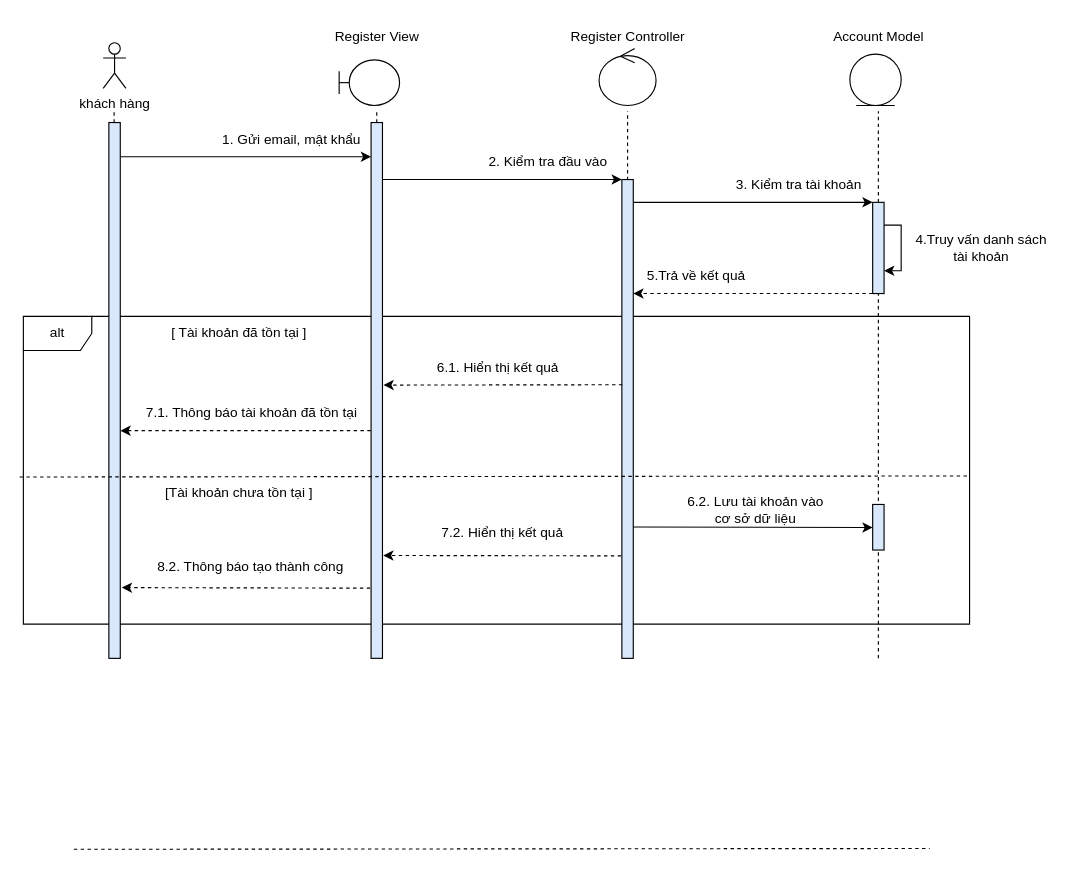
EdgarIgnite16/SGU-Course keeps this draw.io diagram as Nam3_HK1/CNPM_SoftTech/Sequence Diagrams/Quân Huỳnh/SD_ĐăngKý.drawio. Above is the earlier version. Source tidied: cells renumbered, new cells numbered last; positions are measured from the earlier drawing's top-left corner, leaving out a move shared by most shapes. Both pictures are drawn from the tidied source at 114%, with x=0, y=0 at pixel (23, 19).
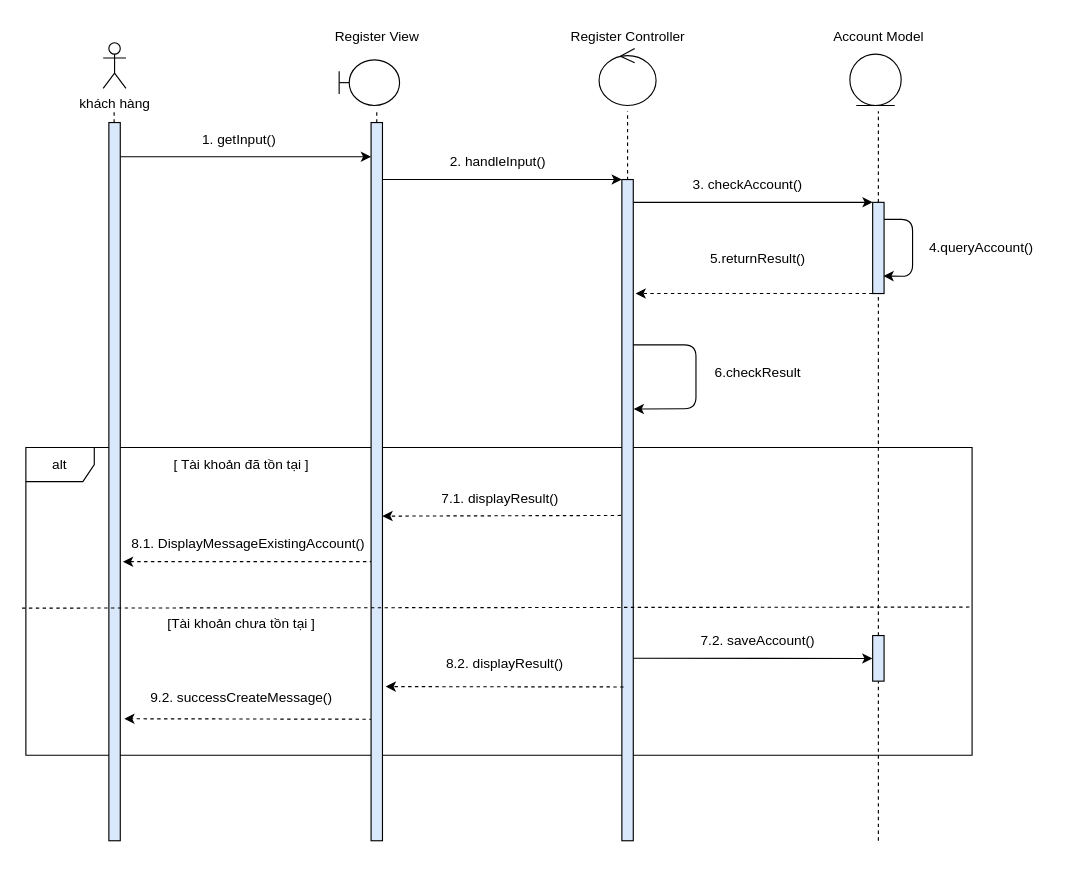
After the change.

The change refers to these unchanged cells:
```xml
<mxCell id="14" style="rounded=0;whiteSpace=wrap;html=1;fillColor=#DAE8FC;" parent="1" vertex="1">
  <mxGeometry x="745" y="160" width="10" height="80" as="geometry" />
</mxCell>
```

What changed in the source:
```diff
@@
     <mxCell id="2" value="alt" style="shape=umlFrame;whiteSpace=wrap;html=1;" parent="1" vertex="1">
-      <mxGeometry y="260" width="830" height="270" as="geometry" />
+      <mxGeometry x="2.2" y="375" width="830" height="270" as="geometry" />
     </mxCell>
@@
-    <mxCell id="9" value="1. Gửi email, mật khẩu" style="text;html=1;align=center;verticalAlign=middle;strokeColor=none;fillColor=none;" parent="1" vertex="1">
-      <mxGeometry x="165" y="90" width="140" height="30" as="geometry" />
+    <mxCell id="9" value="1. getInput()" style="text;html=1;align=center;verticalAlign=middle;strokeColor=none;fillColor=none;" parent="1" vertex="1">
+      <mxGeometry x="149" y="95" width="80" height="20" as="geometry" />
     </mxCell>
@@
     <mxCell id="11" style="rounded=0;whiteSpace=wrap;html=1;fillColor=#DAE8FC;" parent="1" vertex="1">
-      <mxGeometry x="525" y="140" width="10" height="420" as="geometry" />
+      <mxGeometry x="525" y="140" width="10" height="580" as="geometry" />
     </mxCell>
-    <mxCell id="12" value="2. Kiểm tra đầu vào" style="text;html=1;align=center;verticalAlign=middle;strokeColor=none;fillColor=none;" parent="1" vertex="1">
-      <mxGeometry x="395" y="110" width="130" height="30" as="geometry" />
+    <mxCell id="12" value="2. handleInput()" style="text;html=1;align=center;verticalAlign=middle;strokeColor=none;fillColor=none;" parent="1" vertex="1">
+      <mxGeometry x="365.5" y="115" width="100" height="20" as="geometry" />
     </mxCell>
-    <mxCell id="13" style="edgeStyle=orthogonalEdgeStyle;rounded=0;jettySize=auto;html=1;dashed=1;" parent="1" edge="1" source="14" target="11">
+    <mxCell id="13" style="edgeStyle=orthogonalEdgeStyle;rounded=0;jettySize=auto;html=1;dashed=1;exitX=0;exitY=1;exitDx=0;exitDy=0;" parent="1" edge="1" source="14">
       <mxGeometry relative="1" as="geometry">
+        <mxPoint x="537" y="240" as="targetPoint" />
         <Array as="points">
-          <mxPoint x="690" y="240" />
-          <mxPoint x="690" y="240" />
+          <mxPoint x="537" y="240" />
         </Array>
       </mxGeometry>
     </mxCell>
@@
-    <mxCell id="15" style="endArrow=none;dashed=1;html=1;rounded=0;startArrow=none;" parent="1" edge="1" target="14">
-      <mxGeometry relative="1" as="geometry">
-        <mxPoint x="750" y="560" as="sourcePoint" />
-      </mxGeometry>
+    <mxCell id="15" style="endArrow=none;dashed=1;html=1;rounded=0;startArrow=none;entryX=0.5;entryY=1;entryDx=0;entryDy=0;" parent="1" edge="1" source="40" target="14">
+      <mxGeometry relative="1" as="geometry" />
     </mxCell>
-    <mxCell id="16" value="3. Kiểm tra tài khoản" style="text;html=1;align=center;verticalAlign=middle;strokeColor=none;fillColor=none;" parent="1" vertex="1">
-      <mxGeometry x="615" y="130" width="130" height="30" as="geometry" />
+    <mxCell id="16" value="3. checkAccount()" style="text;html=1;align=center;verticalAlign=middle;strokeColor=none;fillColor=none;" parent="1" vertex="1">
+      <mxGeometry x="580" y="135" width="110" height="20" as="geometry" />
     </mxCell>
@@
-    <mxCell id="23" value="5.Trả về kết quả" style="text;html=1;align=center;verticalAlign=middle;strokeColor=none;fillColor=none;" parent="1" vertex="1">
-      <mxGeometry x="535" y="210" width="110" height="30" as="geometry" />
+    <mxCell id="23" value="5.returnResult()" style="text;html=1;align=center;verticalAlign=middle;strokeColor=none;fillColor=none;" parent="1" vertex="1">
+      <mxGeometry x="594.2" y="200" width="100" height="20" as="geometry" />
     </mxCell>
-    <mxCell id="24" value="4.Truy vấn danh sách&lt;br&gt;tài khoản" style="text;html=1;align=center;verticalAlign=middle;strokeColor=none;fillColor=none;" parent="1" vertex="1">
-      <mxGeometry x="770" y="180" width="140" height="40" as="geometry" />
+    <mxCell id="24" value="4.queryAccount()" style="text;html=1;align=center;verticalAlign=middle;strokeColor=none;fillColor=none;" parent="1" vertex="1">
+      <mxGeometry x="785" y="190" width="110" height="20" as="geometry" />
     </mxCell>
-    <mxCell id="25" style="endArrow=classic;html=1;rounded=0;dashed=1;exitX=-0.033;exitY=0.575;exitDx=0;exitDy=0;entryX=1.014;entryY=0.575;entryDx=0;entryDy=0;entryPerimeter=0;exitPerimeter=0;" parent="1" edge="1" source="30" target="32">
-      <mxGeometry relative="1" as="geometry" />
+    <mxCell id="25" style="endArrow=classic;html=1;rounded=0;dashed=1;exitX=-0.033;exitY=0.575;exitDx=0;exitDy=0;entryX=1.014;entryY=0.575;entryDx=0;entryDy=0;entryPerimeter=0;exitPerimeter=0;" parent="1" edge="1">
+      <mxGeometry relative="1" as="geometry">
+        <mxPoint x="306.9" y="475.2" as="sourcePoint" />
+        <mxPoint x="87.3" y="475.2" as="targetPoint" />
+      </mxGeometry>
     </mxCell>
-    <mxCell id="26" style="endArrow=none;dashed=1;html=1;rounded=0;exitX=-0.001;exitY=0.448;exitDx=0;exitDy=0;exitPerimeter=0;entryX=1;entryY=0.445;entryDx=0;entryDy=0;entryPerimeter=0;" parent="1" edge="1">
-      <mxGeometry relative="1" as="geometry">
-        <mxPoint x="44.3" y="727.5" as="sourcePoint" />
-        <mxPoint x="795" y="726.8" as="targetPoint" />
-      </mxGeometry>
-    </mxCell>
-    <mxCell id="27" style="endArrow=classic;html=1;rounded=0;exitX=-0.068;exitY=0.786;exitDx=0;exitDy=0;entryX=1.064;entryY=0.808;entryDx=0;entryDy=0;dashed=1;exitPerimeter=0;entryPerimeter=0;" parent="1" edge="1" source="11" target="30">
-      <mxGeometry relative="1" as="geometry" />
+    <mxCell id="27" style="endArrow=classic;html=1;rounded=0;exitX=-0.068;exitY=0.786;exitDx=0;exitDy=0;entryX=1.064;entryY=0.808;entryDx=0;entryDy=0;dashed=1;exitPerimeter=0;entryPerimeter=0;" parent="1" edge="1">
+      <mxGeometry relative="1" as="geometry">
+        <mxPoint x="526.5" y="585.1" as="sourcePoint" />
+        <mxPoint x="317.8" y="584.8" as="targetPoint" />
+      </mxGeometry>
     </mxCell>
-    <mxCell id="28" style="endArrow=classic;html=1;rounded=0;dashed=1;entryX=1.133;entryY=0.868;entryDx=0;entryDy=0;entryPerimeter=0;exitX=-0.08;exitY=0.869;exitDx=0;exitDy=0;exitPerimeter=0;" parent="1" edge="1" source="30" target="32">
-      <mxGeometry relative="1" as="geometry" />
+    <mxCell id="28" style="endArrow=classic;html=1;rounded=0;dashed=1;entryX=1.133;entryY=0.868;entryDx=0;entryDy=0;entryPerimeter=0;exitX=-0.08;exitY=0.869;exitDx=0;exitDy=0;exitPerimeter=0;" parent="1" edge="1">
+      <mxGeometry relative="1" as="geometry">
+        <mxPoint x="306.4" y="613.4" as="sourcePoint" />
+        <mxPoint x="88.5" y="613" as="targetPoint" />
+      </mxGeometry>
     </mxCell>
@@
     <mxCell id="30" style="rounded=0;whiteSpace=wrap;html=1;fillColor=#DAE8FC;" parent="1" vertex="1">
-      <mxGeometry x="305" y="90" width="10" height="470" as="geometry" />
+      <mxGeometry x="305" y="90" width="10" height="630" as="geometry" />
     </mxCell>
@@
     <mxCell id="32" style="rounded=0;whiteSpace=wrap;html=1;fillColor=#DAE8FC;" parent="1" vertex="1">
-      <mxGeometry x="75" y="90" width="10" height="470" as="geometry" />
+      <mxGeometry x="75" y="90" width="10" height="630" as="geometry" />
     </mxCell>
-    <mxCell id="33" style="endArrow=classic;html=1;rounded=0;exitX=0.043;exitY=0.374;exitDx=0;exitDy=0;dashed=1;exitPerimeter=0;entryX=1.087;entryY=0.49;entryDx=0;entryDy=0;entryPerimeter=0;" parent="1" edge="1" target="30">
-      <mxGeometry relative="1" as="geometry">
-        <mxPoint x="525.4" y="320" as="sourcePoint" />
-      </mxGeometry>
+    <mxCell id="33" style="endArrow=classic;html=1;rounded=0;dashed=1;exitX=-0.081;exitY=0.508;exitDx=0;exitDy=0;exitPerimeter=0;entryX=0.993;entryY=0.548;entryDx=0;entryDy=0;entryPerimeter=0;" parent="1" edge="1" source="11" target="30">
+      <mxGeometry relative="1" as="geometry" />
     </mxCell>
-    <mxCell id="34" style="edgeStyle=orthogonalEdgeStyle;rounded=0;orthogonalLoop=1;jettySize=auto;html=1;" parent="1" edge="1" source="14" target="14">
-      <mxGeometry relative="1" as="geometry">
-        <Array as="points">
-          <mxPoint x="770" y="180" />
-        </Array>
-      </mxGeometry>
-    </mxCell>
     <mxCell id="35" value="[ Tài khoản đã tồn tại ]" style="text;html=1;align=center;verticalAlign=middle;strokeColor=none;fillColor=none;" parent="1" vertex="1">
-      <mxGeometry x="119" y="260" width="140" height="30" as="geometry" />
+      <mxGeometry x="121.2" y="375" width="140" height="30" as="geometry" />
     </mxCell>
-    <mxCell id="36" value="7.1. Thông báo tài khoản đã tồn tại" style="text;html=1;align=center;verticalAlign=middle;strokeColor=none;fillColor=none;" parent="1" vertex="1">
-      <mxGeometry x="95" y="330" width="210" height="30" as="geometry" />
+    <mxCell id="36" value="8.1. DisplayMessageExistingAccount()" style="text;html=1;align=center;verticalAlign=middle;strokeColor=none;fillColor=none;" parent="1" vertex="1">
+      <mxGeometry x="87.2" y="450" width="220" height="20" as="geometry" />
     </mxCell>
-    <mxCell id="37" value="6.1. Hiển thị kết quả" style="text;html=1;align=center;verticalAlign=middle;strokeColor=none;fillColor=none;" parent="1" vertex="1">
-      <mxGeometry x="350.5" y="290" width="130" height="30" as="geometry" />
+    <mxCell id="37" value="7.1. displayResult()" style="text;html=1;align=center;verticalAlign=middle;strokeColor=none;fillColor=none;" parent="1" vertex="1">
+      <mxGeometry x="357.7" y="410" width="120" height="20" as="geometry" />
     </mxCell>
     <mxCell id="38" value="[Tài khoản chưa tồn tại ]" style="text;html=1;align=center;verticalAlign=middle;strokeColor=none;fillColor=none;" parent="1" vertex="1">
-      <mxGeometry x="114" y="400" width="150" height="30" as="geometry" />
+      <mxGeometry x="116.2" y="515" width="150" height="30" as="geometry" />
     </mxCell>
     <mxCell id="39" style="endArrow=none;dashed=1;html=1;rounded=0;exitX=-0.004;exitY=0.522;exitDx=0;exitDy=0;exitPerimeter=0;" parent="1" edge="1" source="2">
       <mxGeometry relative="1" as="geometry">
-        <mxPoint x="830" y="400" as="targetPoint" />
+        <mxPoint x="832.2" y="515" as="targetPoint" />
       </mxGeometry>
     </mxCell>
-    <mxCell id="40" style="html=1;points=[];perimeter=orthogonalPerimeter;fillColor=#dae8fc;strokeColor=#000000;" parent="1" vertex="1">
-      <mxGeometry x="745" y="425" width="10" height="40" as="geometry" />
-    </mxCell>
-    <mxCell id="41" style="endArrow=classic;html=1;rounded=0;exitX=0.989;exitY=0.147;exitDx=0;exitDy=0;entryX=-0.014;entryY=0.159;entryDx=0;entryDy=0;exitPerimeter=0;entryPerimeter=0;" parent="1" edge="1">
-      <mxGeometry relative="1" as="geometry">
-        <mxPoint x="535" y="444.8" as="sourcePoint" />
-        <mxPoint x="745" y="445.2" as="targetPoint" />
-      </mxGeometry>
+    <mxCell id="41" style="endArrow=classic;html=1;rounded=0;entryX=-0.019;entryY=0.503;entryDx=0;entryDy=0;entryPerimeter=0;exitX=1.011;exitY=0.724;exitDx=0;exitDy=0;exitPerimeter=0;" parent="1" edge="1" source="11" target="40">
+      <mxGeometry relative="1" as="geometry" />
     </mxCell>
-    <mxCell id="42" value="6.2. Lưu tài khoản vào &lt;br&gt;cơ sở dữ liệu" style="text;html=1;align=center;verticalAlign=middle;strokeColor=none;fillColor=none;" parent="1" vertex="1">
-      <mxGeometry x="577" y="415" width="130" height="30" as="geometry" />
+    <mxCell id="42" value="7.2. saveAccount()" style="text;html=1;align=center;verticalAlign=middle;strokeColor=none;fillColor=none;" parent="1" vertex="1">
+      <mxGeometry x="584.2" y="535" width="120" height="20" as="geometry" />
     </mxCell>
-    <mxCell id="43" value="7.2. Hiển thị kết quả" style="text;html=1;align=center;verticalAlign=middle;strokeColor=none;fillColor=none;" parent="1" vertex="1">
-      <mxGeometry x="355" y="435" width="130" height="30" as="geometry" />
+    <mxCell id="43" value="8.2. displayResult()" style="text;html=1;align=center;verticalAlign=middle;strokeColor=none;fillColor=none;" parent="1" vertex="1">
+      <mxGeometry x="362.2" y="555" width="120" height="20" as="geometry" />
     </mxCell>
-    <mxCell id="44" value="8.2. Thông báo tạo thành công" style="text;html=1;align=center;verticalAlign=middle;strokeColor=none;fillColor=none;" parent="1" vertex="1">
-      <mxGeometry x="104" y="465" width="190" height="30" as="geometry" />
+    <mxCell id="44" value="9.2. successCreateMessage()" style="text;html=1;align=center;verticalAlign=middle;strokeColor=none;fillColor=none;" parent="1" vertex="1">
+      <mxGeometry x="106.2" y="585" width="170" height="20" as="geometry" />
     </mxCell>
+    <mxCell id="40" style="html=1;points=[];perimeter=orthogonalPerimeter;fillColor=#dae8fc;strokeColor=#000000;" parent="1" vertex="1">
+      <mxGeometry x="745" y="540" width="10" height="40" as="geometry" />
+    </mxCell>
+    <mxCell id="45" style="endArrow=none;dashed=1;html=1;rounded=0;startArrow=none;entryX=0.5;entryY=1;entryDx=0;entryDy=0;" parent="1" edge="1" target="40">
+      <mxGeometry relative="1" as="geometry">
+        <mxPoint x="750" y="720" as="sourcePoint" />
+      </mxGeometry>
+    </mxCell>
+    <mxCell id="46" style="endArrow=classic;html=1;exitX=1;exitY=0.25;exitDx=0;exitDy=0;entryX=1.037;entryY=0.347;entryDx=0;entryDy=0;entryPerimeter=0;" parent="1" edge="1" source="11" target="11">
+      <mxGeometry relative="1" as="geometry">
+        <Array as="points">
+          <mxPoint x="590" y="285" />
+          <mxPoint x="590" y="341" />
+        </Array>
+      </mxGeometry>
+    </mxCell>
+    <mxCell id="34" style="endArrow=classic;html=1;exitX=1.012;exitY=0.186;exitDx=0;exitDy=0;exitPerimeter=0;entryX=0.948;entryY=0.807;entryDx=0;entryDy=0;entryPerimeter=0;" parent="1" edge="1" source="14" target="14">
+      <mxGeometry relative="1" as="geometry">
+        <Array as="points">
+          <mxPoint x="780" y="175" />
+          <mxPoint x="780" y="225" />
+        </Array>
+      </mxGeometry>
+    </mxCell>
+    <mxCell id="47" value="6.checkResult" style="text;html=1;align=center;verticalAlign=middle;" parent="1" vertex="1">
+      <mxGeometry x="599.2" y="300" width="90" height="20" as="geometry" />
+    </mxCell>
```
